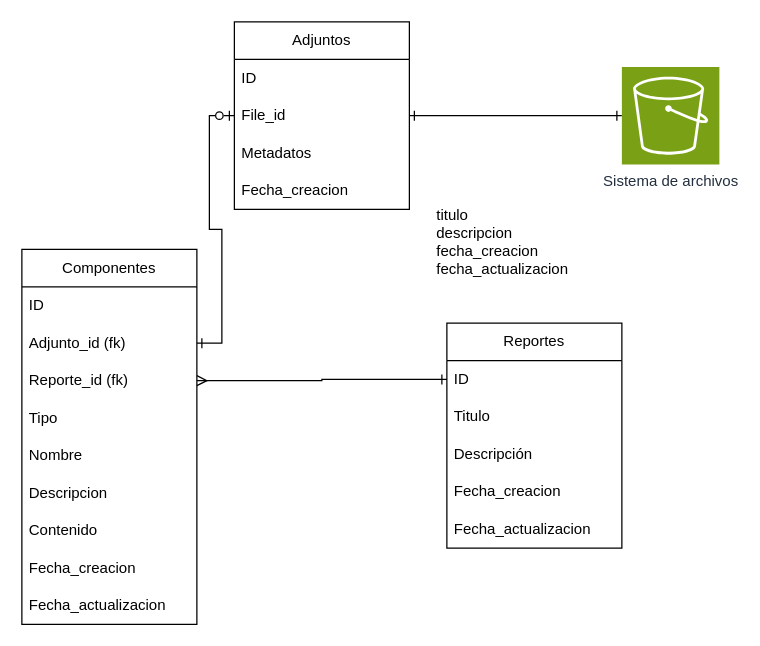
Above: BD_reportes.drawio in Ever-417/diagramas (draw.io), before the change. Source tidied: cells renumbered, new cells numbered last; positions are measured from the earlier drawing's top-left corner, leaving out a move shared by most shapes. Both pictures are drawn from the tidied source at 125%, with x=0, y=0 at pixel (21, 21).
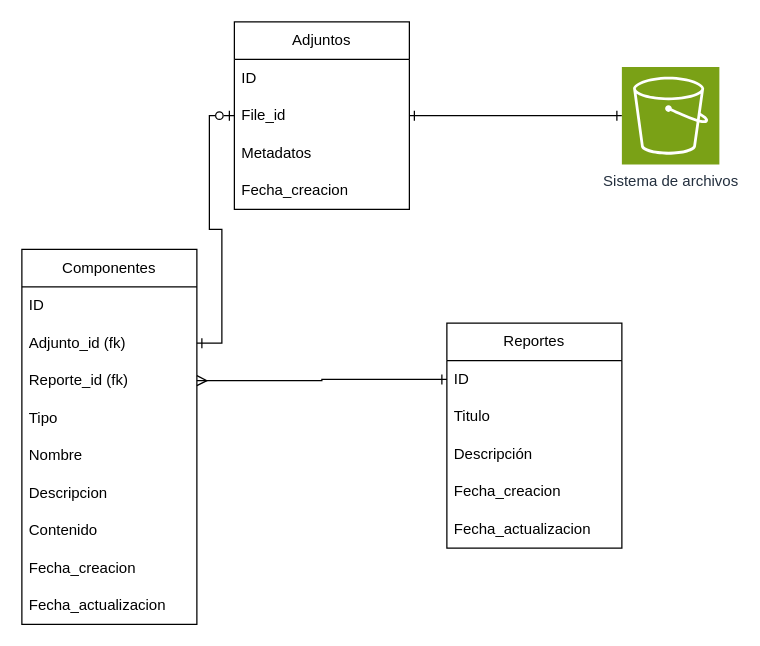
The same diagram, later.

The edit, as a diff of the source:
```diff
@@
-    <mxCell id="27" value="titulo&#10;descripcion&#10;fecha_creacion&#10;fecha_actualizacion" style="text;whiteSpace=wrap;" parent="1" vertex="1">
-      <mxGeometry x="330" y="141" width="140" height="80" as="geometry" />
-    </mxCell>
```
